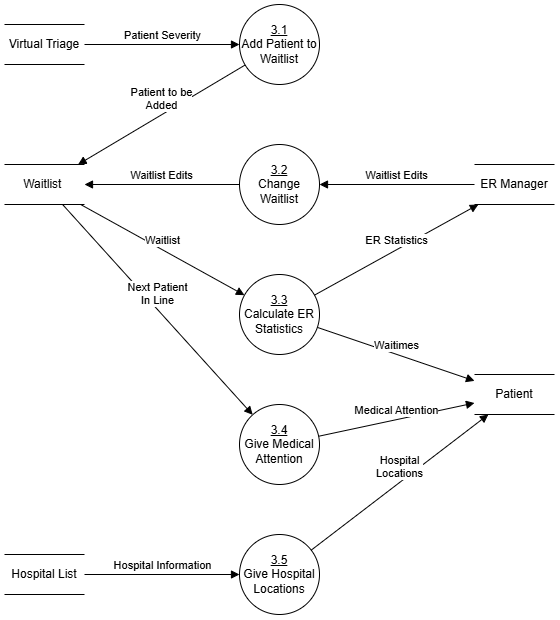
This is AmirWork/M3/Level1DFDEmergencyRooms.drawio.png from SENG-350-2024-fall/Team9, a draw.io export, as it was before one commit. Source tidied: cells renumbered, new cells last; positions are measured from the earlier drawing's top-left corner, leaving out a move shared by most shapes.
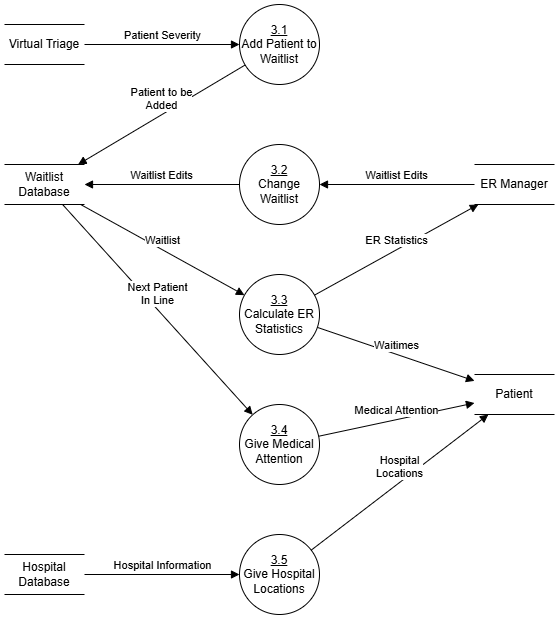
After the commit.

The edit, as a diff of the source:
```diff
@@ -20,7 +20,7 @@
     <mxCell id="7" value="ER Statistics" style="html=1;verticalAlign=bottom;endArrow=block;curved=0;rounded=0;" parent="1" edge="1" source="6" target="5">
       <mxGeometry relative="1" as="geometry" />
     </mxCell>
-    <mxCell id="8" value="Waitlist&amp;nbsp;" style="shape=partialRectangle;whiteSpace=wrap;html=1;left=0;right=0;fillColor=none;" parent="1" vertex="1">
+    <mxCell id="8" value="Waitlist Database" style="shape=partialRectangle;whiteSpace=wrap;html=1;left=0;right=0;fillColor=none;" parent="1" vertex="1">
       <mxGeometry y="160" width="80" height="40" as="geometry" />
     </mxCell>
     <mxCell id="9" value="Waitlist" style="html=1;verticalAlign=bottom;endArrow=block;curved=0;rounded=0;" parent="1" edge="1" source="8" target="6">
@@ -56,7 +56,7 @@
     <mxCell id="19" value="&lt;u&gt;3.5&lt;/u&gt;&lt;div&gt;Give Hospital Locations&lt;/div&gt;" style="ellipse;whiteSpace=wrap;html=1;" parent="1" vertex="1">
       <mxGeometry x="235" y="530" width="80" height="80" as="geometry" />
     </mxCell>
-    <mxCell id="20" value="Hospital List" style="shape=partialRectangle;whiteSpace=wrap;html=1;left=0;right=0;fillColor=none;" parent="1" vertex="1">
+    <mxCell id="20" value="Hospital Database" style="shape=partialRectangle;whiteSpace=wrap;html=1;left=0;right=0;fillColor=none;" parent="1" vertex="1">
       <mxGeometry y="550" width="80" height="40" as="geometry" />
     </mxCell>
     <mxCell id="21" value="Hospital Information" style="html=1;verticalAlign=bottom;endArrow=block;curved=0;rounded=0;" parent="1" edge="1" source="20" target="19">
```
